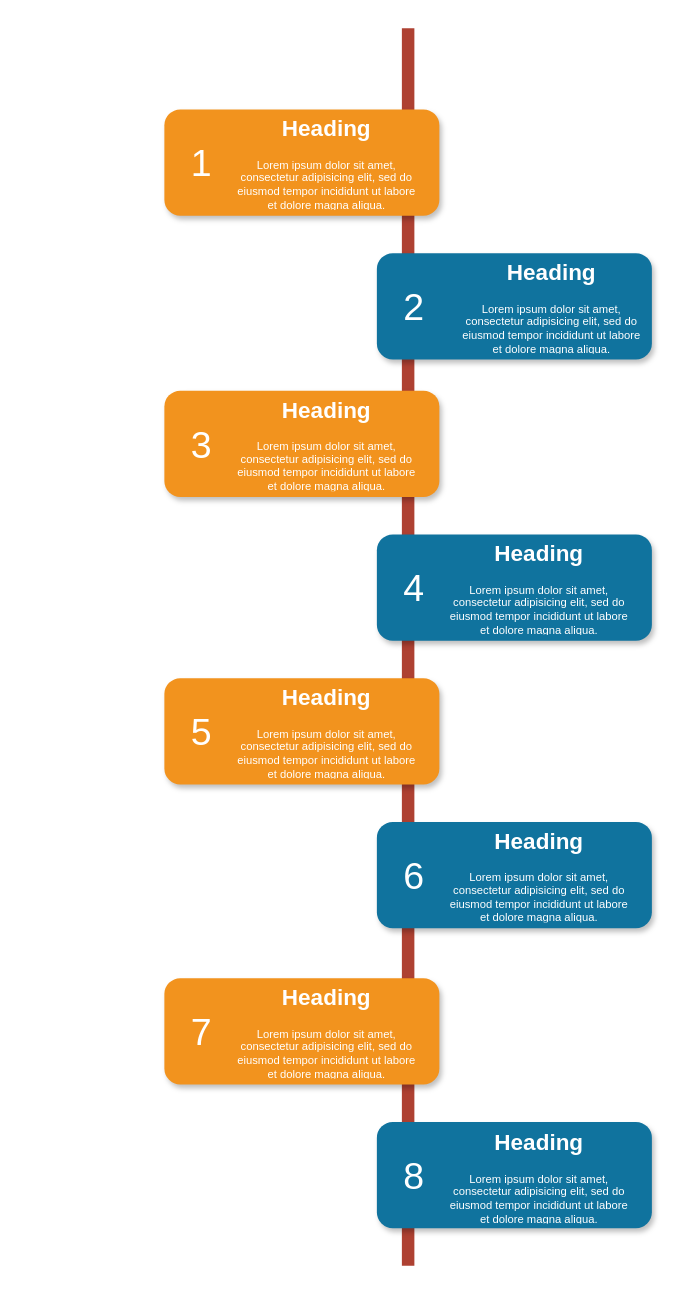
This is Untitled Diagram.drawio from hilaryhar/My-Program, a draw.io file, before an edit. Source tidied: cells renumbered, new cells numbered last; positions are measured from the earlier drawing's top-left corner, leaving out a move shared by most shapes. Both pictures are drawn from the tidied source at 125%, with x=0, y=0 at pixel (164, 28).
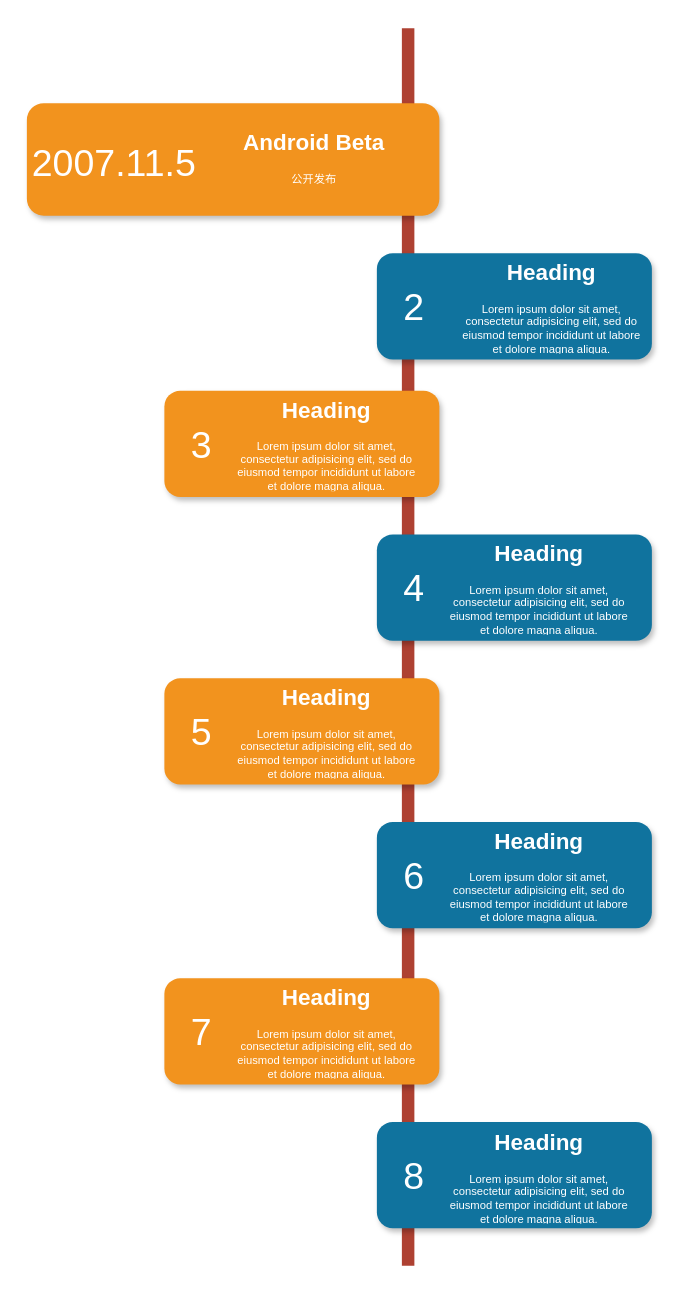
The same page after the edit.

Diff of the diagram source:
```diff
@@
     <mxCell id="3" style="rounded=1;whiteSpace=wrap;html=1;strokeColor=none;strokeWidth=1;fillColor=#F2931E;fontSize=13;fontColor=#FFFFFF;align=center;gradientColor=none;gradientDirection=east;verticalAlign=top;shadow=1;" parent="1" vertex="1">
-      <mxGeometry y="65" width="220" height="85" as="geometry" />
+      <mxGeometry x="-110" y="60" width="330" height="90" as="geometry" />
     </mxCell>
-    <mxCell id="4" value="1" style="text;html=1;strokeColor=none;fillColor=none;align=center;verticalAlign=middle;whiteSpace=wrap;fontSize=30;fontColor=#FFFFFF;" parent="1" vertex="1">
-      <mxGeometry x="10" y="98" width="40" height="20" as="geometry" />
+    <mxCell id="4" value="2007.11.5" style="text;html=1;strokeColor=none;fillColor=none;align=center;verticalAlign=middle;whiteSpace=wrap;fontSize=30;fontColor=#FFFFFF;" parent="1" vertex="1">
+      <mxGeometry x="-60" y="97.5" width="40" height="20" as="geometry" />
     </mxCell>
@@
-    <mxCell id="19" value="&lt;h1&gt;Heading&lt;/h1&gt;&lt;p&gt;Lorem ipsum dolor sit amet, consectetur adipisicing elit, sed do eiusmod tempor incididunt ut labore et dolore magna aliqua.&lt;/p&gt;" style="text;html=1;spacing=5;spacingTop=-20;whiteSpace=wrap;overflow=hidden;strokeColor=none;strokeWidth=4;fillColor=none;gradientColor=#007FFF;fontSize=9;fontColor=#FFFFFF;align=center;" parent="1" vertex="1">
-      <mxGeometry x="50" y="69" width="160" height="77" as="geometry" />
+    <mxCell id="19" value="&lt;h1&gt;Android Beta&lt;/h1&gt;&lt;p&gt;公开发布&lt;/p&gt;" style="text;html=1;spacing=5;spacingTop=-20;whiteSpace=wrap;overflow=hidden;strokeColor=none;strokeWidth=4;fillColor=none;gradientColor=#007FFF;fontSize=9;fontColor=#FFFFFF;align=center;" parent="1" vertex="1">
+      <mxGeometry x="40" y="80" width="160" height="77" as="geometry" />
     </mxCell>
```
